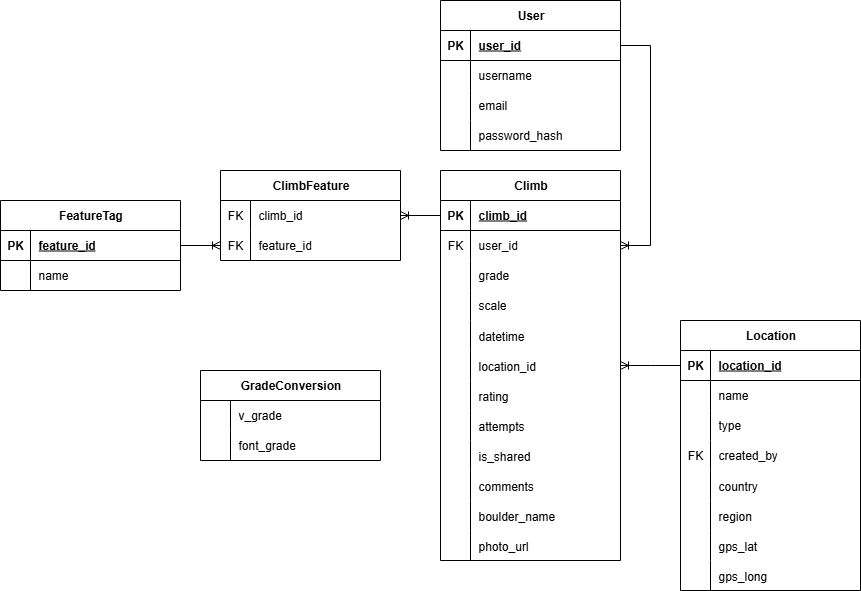
Zukurai-Kushal/bouldering-tracker keeps this draw.io diagram as media/Bouldering_App_ERD.png. Above is the earlier version. Source tidied: cells renumbered, new cells last; positions are measured from the earlier drawing's top-left corner, leaving out a move shared by most shapes.
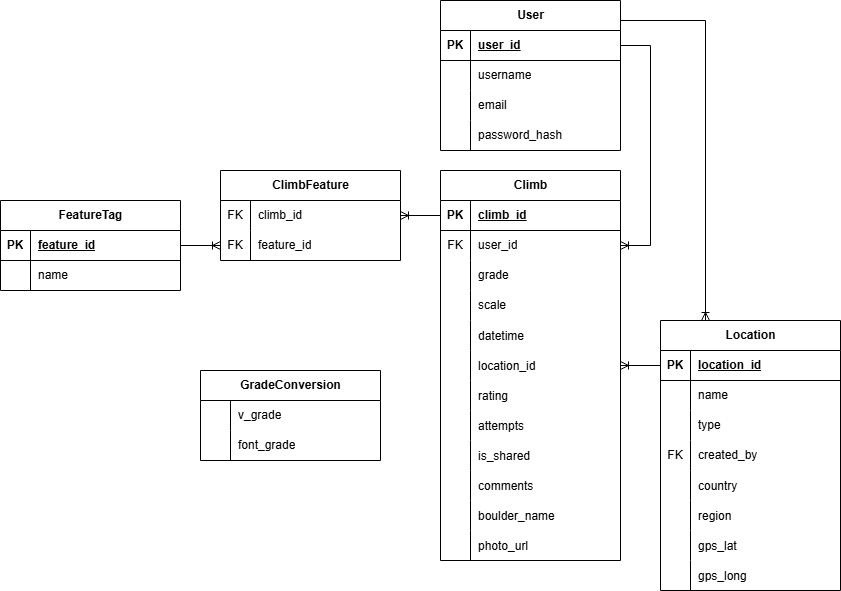
Above is the later version.

What changed in the source:
```diff
@@ -216,7 +216,7 @@
       <mxGeometry x="30" width="150" height="30" as="geometry" />
     </mxCell>
     <mxCell id="73" value="Location" style="shape=table;startSize=30;rowLines=0;fontStyle=1;align=center;html=1;" parent="1" vertex="1">
-      <mxGeometry x="680" y="320" width="180" height="270" as="geometry" />
+      <mxGeometry x="660" y="320" width="180" height="270" as="geometry" />
     </mxCell>
     <mxCell id="74" style="shape=tableRow;horizontal=0;startSize=0;swimlaneHead=0;swimlaneBody=0;fillColor=none;points=[[0,0.5],[1,0.5]];portConstraint=eastwest;top=0;left=0;right=0;bottom=1;" parent="73" vertex="1">
       <mxGeometry y="30" width="180" height="30" as="geometry" />
@@ -310,5 +310,13 @@
     <mxCell id="101" style="edgeStyle=entityRelationEdgeStyle;fontSize=12;html=1;endArrow=ERoneToMany;rounded=0;entryX=0;entryY=0.5;entryDx=0;entryDy=0;exitX=1;exitY=0.5;exitDx=0;exitDy=0;" parent="1" edge="1" source="53" target="63">
       <mxGeometry relative="1" as="geometry" />
     </mxCell>
+    <mxCell id="102" style="endArrow=ERoneToMany;html=1;rounded=0;exitX=1;exitY=0;exitDx=0;exitDy=0;entryX=0.25;entryY=0;entryDx=0;entryDy=0;startArrow=none;startFill=0;endFill=0;" parent="1" edge="1" target="73">
+      <mxGeometry relative="1" as="geometry">
+        <mxPoint x="620" y="20" as="sourcePoint" />
+        <Array as="points">
+          <mxPoint x="705" y="20" />
+        </Array>
+      </mxGeometry>
+    </mxCell>
   </root>
 </mxGraphModel>
```
